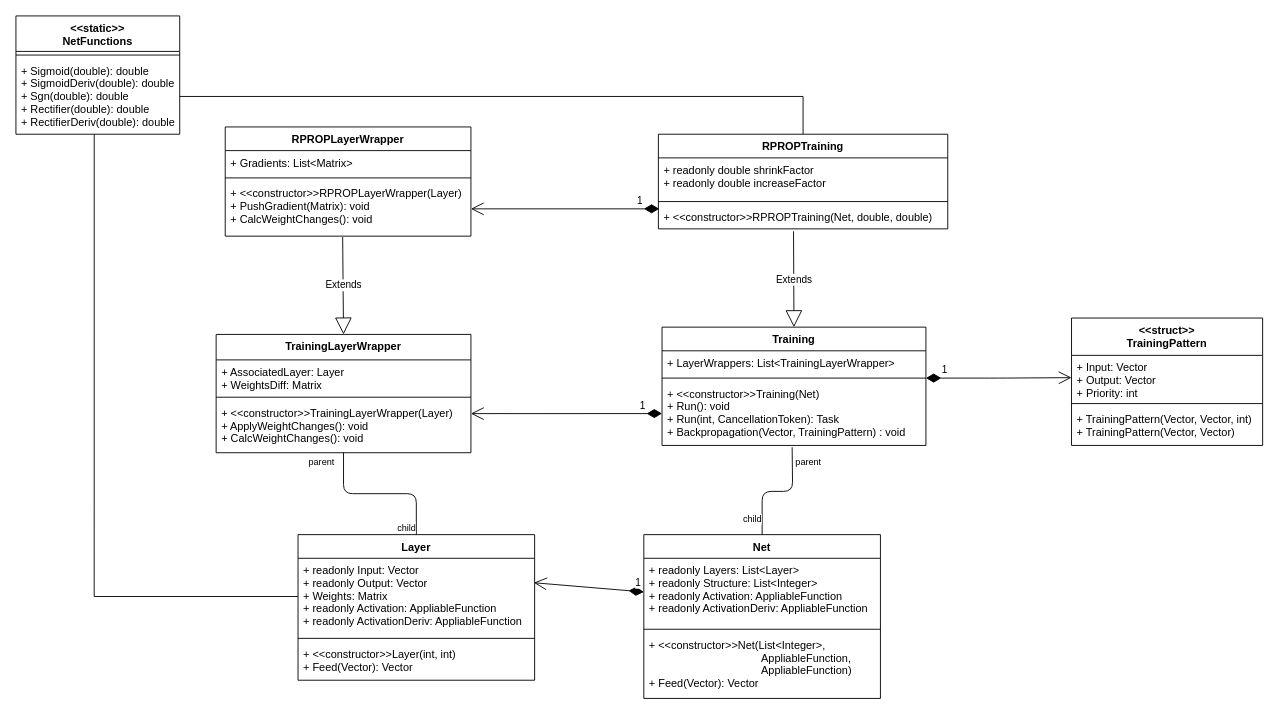
This is MainDiagram.drawio from Voelker-JR/NeuralNetworks, a draw.io file, before an edit. Source tidied: cells renumbered, new cells numbered last; positions are measured from the earlier drawing's top-left corner, leaving out a move shared by most shapes. Both pictures are drawn from the tidied source at 91%, with x=0, y=0 at pixel (15, 15).
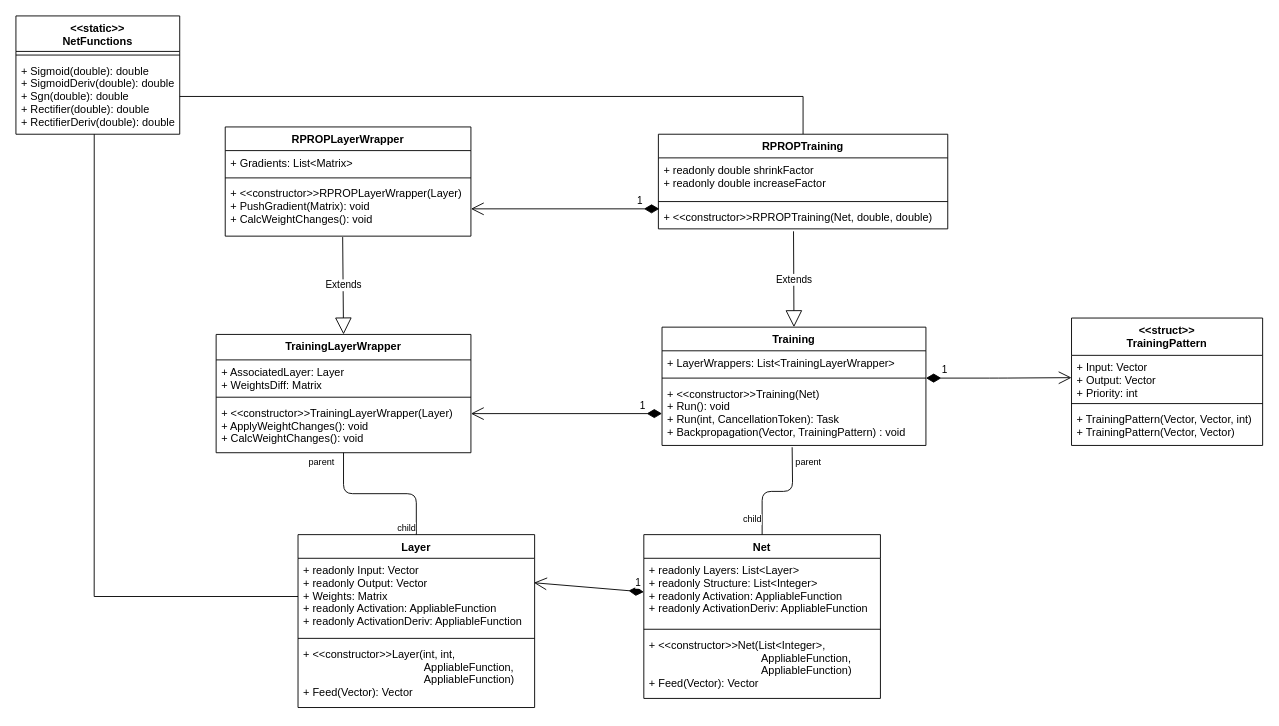
Above is the later version.

What changed in the source:
```diff
@@
     <mxCell id="2" value="Layer" style="swimlane;fontStyle=1;align=center;verticalAlign=top;horizontal=1;startSize=26;" parent="1" vertex="1">
-      <mxGeometry x="310" y="570" width="260" height="160" as="geometry" />
+      <mxGeometry x="310" y="570" width="260" height="190" as="geometry" />
     </mxCell>
@@
-    <mxCell id="5" value="+ &lt;&lt;constructor&gt;&gt;Layer(int, int)&#10;+ Feed(Vector): Vector" style="text;strokeColor=none;fillColor=none;align=left;verticalAlign=top;spacingLeft=4;spacingRight=4;overflow=hidden;" parent="2" vertex="1">
-      <mxGeometry y="118" width="260" height="42" as="geometry" />
+    <mxCell id="5" value="+ &lt;&lt;constructor&gt;&gt;Layer(int, int,&#10;                                        AppliableFunction,&#10;                                        AppliableFunction)&#10;+ Feed(Vector): Vector" style="text;strokeColor=none;fillColor=none;align=left;verticalAlign=top;spacingLeft=4;spacingRight=4;overflow=hidden;" parent="2" vertex="1">
+      <mxGeometry y="118" width="260" height="72" as="geometry" />
     </mxCell>
```
